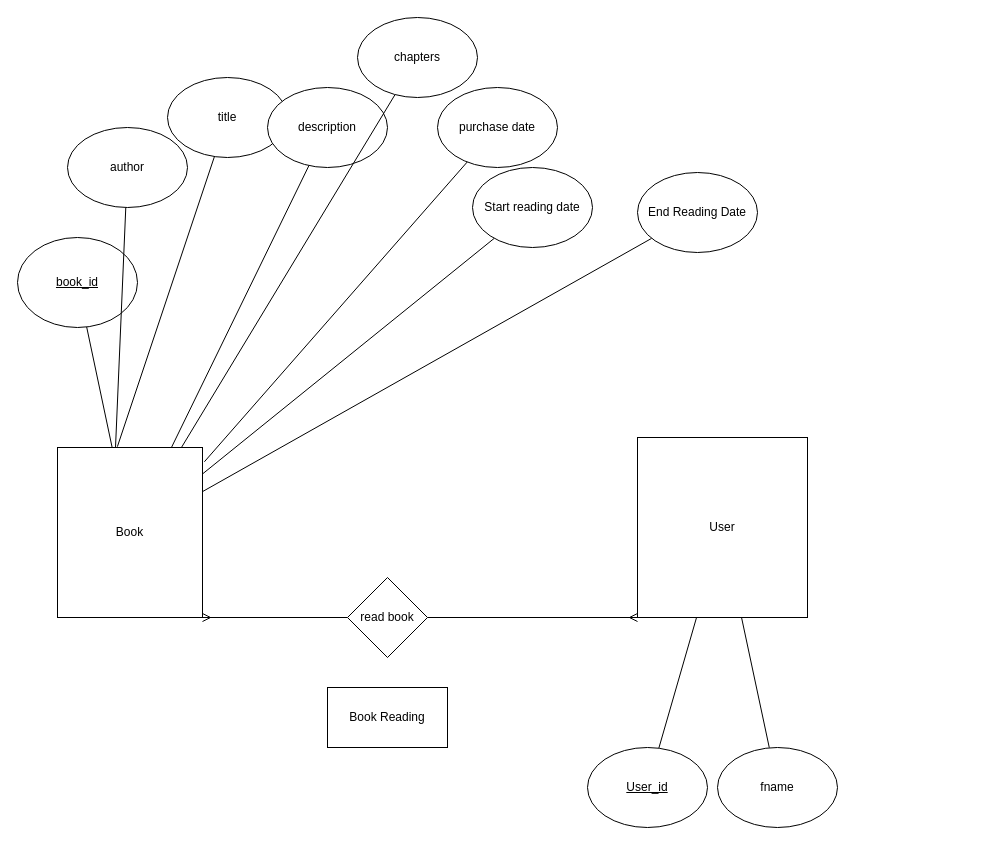
Earlier version of the draw.io diagram page "ER" (2 of 5) of Gerlinde/diagrams.drawio (peru3232/Database-development--Day1). Source tidied: cells renumbered, new cells numbered last; positions are measured from the earlier drawing's top-left corner, leaving out a move shared by most shapes. Both pictures are drawn from the tidied source at 100%, with x=0, y=0 at pixel (17, 17).
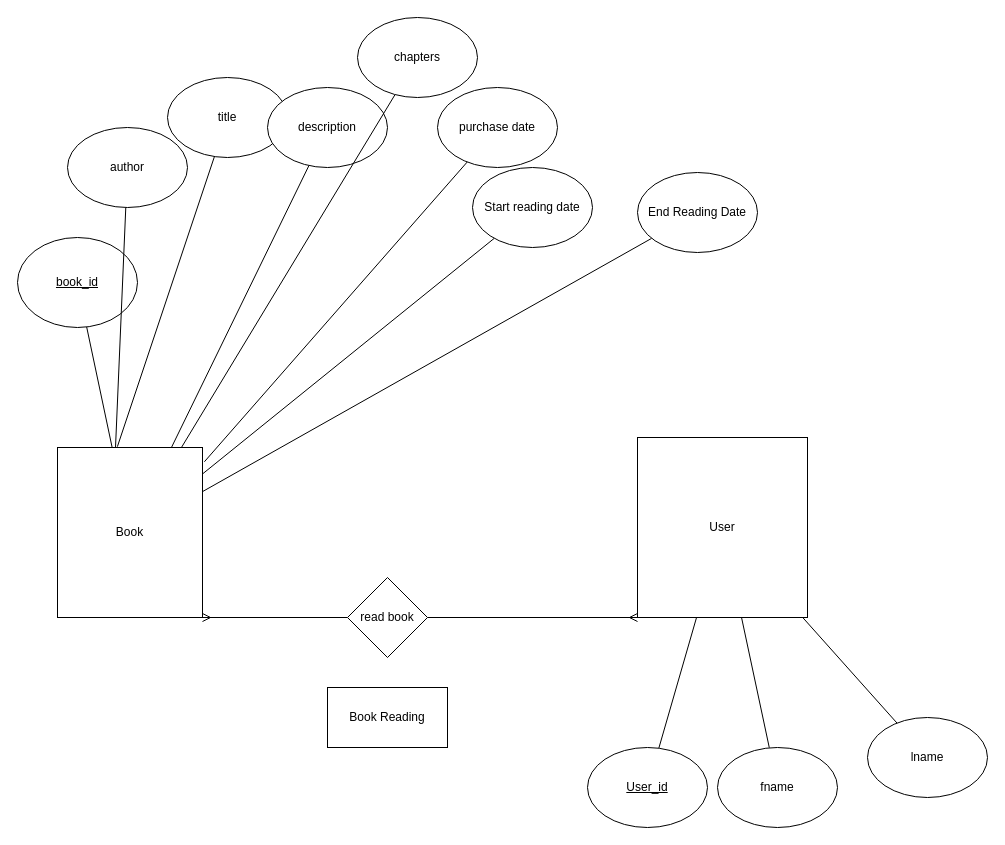
Above is the later version.

Unchanged cells that the change refers to:
```xml
<mxCell id="7" value="User" style="rounded=0;whiteSpace=wrap;html=1;" parent="1" vertex="1">
  <mxGeometry x="620" y="420" width="170" height="180" as="geometry" />
</mxCell>
```

The edit, as a diff of the source:
```diff
@@
+    <mxCell id="28" style="edgeStyle=none;html=1;endArrow=none;endFill=0;" parent="1" edge="1" source="29" target="7">
+      <mxGeometry relative="1" as="geometry" />
+    </mxCell>
+    <mxCell id="29" value="lname" style="ellipse;whiteSpace=wrap;html=1;" parent="1" vertex="1">
+      <mxGeometry x="850" y="700" width="120" height="80" as="geometry" />
+    </mxCell>
```
